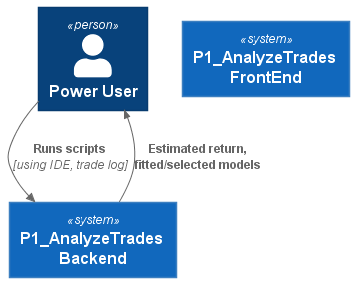
The PlantUML diagram P1-AnalyzeTrades/README_C1_Context.png in sws144/quant-trading, before a commit.
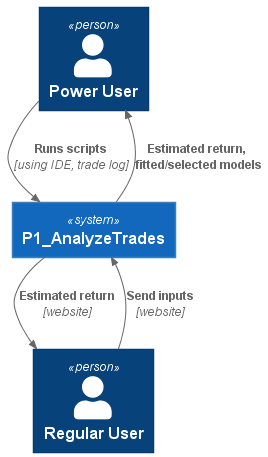
Later version of the same file.

What changed in the source:
```diff
@@ -1,12 +1,13 @@
-@startuml C1_Context
+@startuml README_C1_Context
 !include https://raw.githubusercontent.com/plantuml-stdlib/C4-PlantUML/master/C4_Context.puml
 
 Person(admin, "Power User")
-System(P1_AnalyzeTrades_Backend, "P1_AnalyzeTrades Backend")
+Person(user1, "Regular User")
+System(P1_AnalyzeTrades, "P1_AnalyzeTrades")
 
-Rel(admin, P1_AnalyzeTrades_Backend, "Runs scripts", "using IDE, trade log")
-Rel(P1_AnalyzeTrades_Backend, admin, "Estimated return, fitted/selected models ")
+Rel(admin, P1_AnalyzeTrades, "Runs scripts", "using IDE, trade log")
+Rel(P1_AnalyzeTrades, admin, "Estimated return, fitted/selected models")
 
-System(P1_AnalyzeTrades_FrontEnd, "P1_AnalyzeTrades FrontEnd")
-
+Rel(user1, P1_AnalyzeTrades, "Send inputs", "website")
+Rel(P1_AnalyzeTrades, user1, "Estimated return", "website")
 @enduml
```
